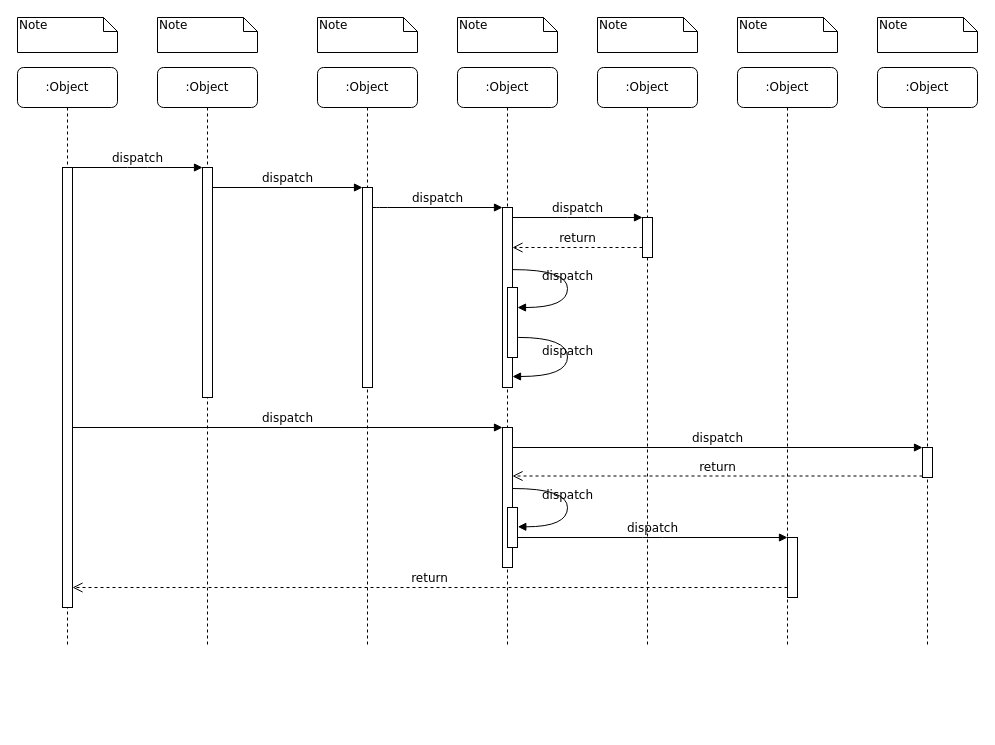
Above: Project_1/SequenceDiagrams/TrackSupplierInventory.drawio in chrismd2/CSci-430-Group-11 (draw.io), before the change. Source tidied: cells renumbered, new cells numbered last; positions are measured from the earlier drawing's top-left corner, leaving out a move shared by most shapes. Both pictures are drawn from the tidied source at 100%, with x=0, y=0 at pixel (17, 17).
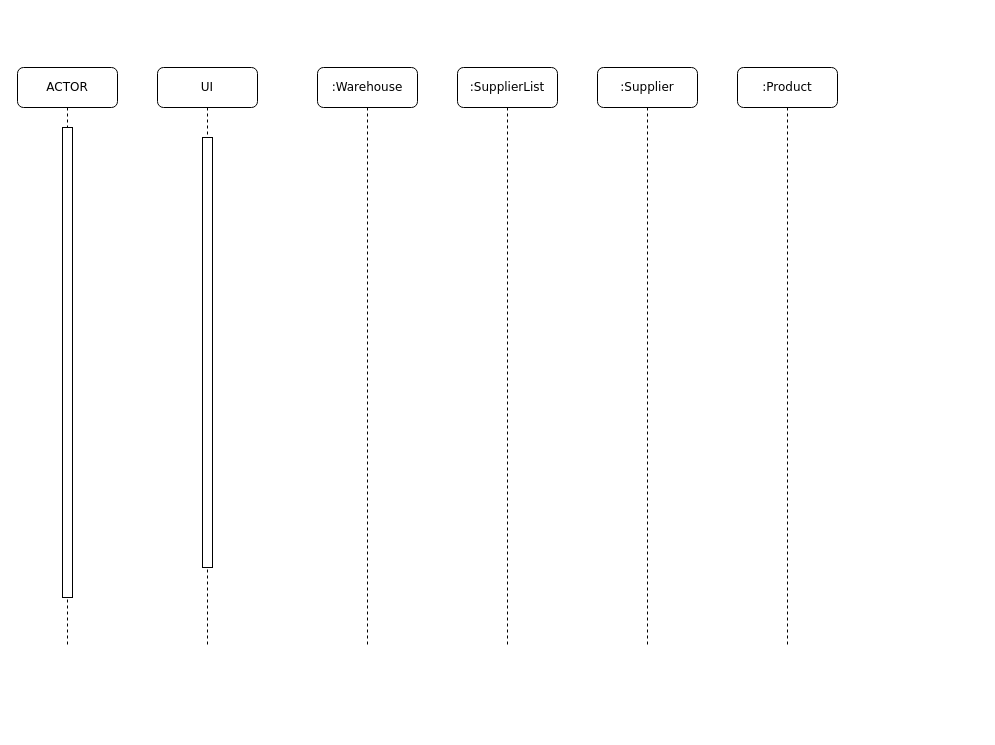
After the change.

The edit, as a diff of the source:
```diff
@@
-    <mxCell id="2" value=":Object" style="shape=umlLifeline;perimeter=lifelinePerimeter;whiteSpace=wrap;html=1;rounded=1;shadow=0;comic=0;labelBackgroundColor=none;strokeWidth=1;fontFamily=Verdana;fontSize=12;align=center;" parent="1" vertex="1">
+    <mxCell id="2" value="UI" style="shape=umlLifeline;perimeter=lifelinePerimeter;whiteSpace=wrap;html=1;rounded=1;shadow=0;comic=0;labelBackgroundColor=none;strokeWidth=1;fontFamily=Verdana;fontSize=12;align=center;" parent="1" vertex="1">
       <mxGeometry x="140" y="50" width="100" height="580" as="geometry" />
     </mxCell>
-    <mxCell id="3" style="html=1;points=[];perimeter=orthogonalPerimeter;rounded=0;shadow=0;comic=0;labelBackgroundColor=none;strokeWidth=1;fontFamily=Verdana;fontSize=12;align=center;" parent="2" vertex="1">
-      <mxGeometry x="45" y="100" width="10" height="230" as="geometry" />
-    </mxCell>
+    <mxCell id="39" style="rounded=0;whiteSpace=wrap;html=1;" parent="2" vertex="1">
+      <mxGeometry x="45" y="70" width="10" height="430" as="geometry" />
+    </mxCell>
-    <mxCell id="4" value=":Object" style="shape=umlLifeline;perimeter=lifelinePerimeter;whiteSpace=wrap;html=1;rounded=1;shadow=0;comic=0;labelBackgroundColor=none;strokeWidth=1;fontFamily=Verdana;fontSize=12;align=center;" parent="1" vertex="1">
+    <mxCell id="4" value=":Warehouse" style="shape=umlLifeline;perimeter=lifelinePerimeter;whiteSpace=wrap;html=1;rounded=1;shadow=0;comic=0;labelBackgroundColor=none;strokeWidth=1;fontFamily=Verdana;fontSize=12;align=center;" parent="1" vertex="1">
       <mxGeometry x="300" y="50" width="100" height="580" as="geometry" />
     </mxCell>
-    <mxCell id="5" style="html=1;points=[];perimeter=orthogonalPerimeter;rounded=0;shadow=0;comic=0;labelBackgroundColor=none;strokeWidth=1;fontFamily=Verdana;fontSize=12;align=center;" parent="4" vertex="1">
-      <mxGeometry x="45" y="120" width="10" height="200" as="geometry" />
-    </mxCell>
-    <mxCell id="6" value=":Object" style="shape=umlLifeline;perimeter=lifelinePerimeter;whiteSpace=wrap;html=1;rounded=1;shadow=0;comic=0;labelBackgroundColor=none;strokeWidth=1;fontFamily=Verdana;fontSize=12;align=center;" parent="1" vertex="1">
+    <mxCell id="6" value=":SupplierList" style="shape=umlLifeline;perimeter=lifelinePerimeter;whiteSpace=wrap;html=1;rounded=1;shadow=0;comic=0;labelBackgroundColor=none;strokeWidth=1;fontFamily=Verdana;fontSize=12;align=center;" parent="1" vertex="1">
       <mxGeometry x="440" y="50" width="100" height="580" as="geometry" />
     </mxCell>
-    <mxCell id="7" value=":Object" style="shape=umlLifeline;perimeter=lifelinePerimeter;whiteSpace=wrap;html=1;rounded=1;shadow=0;comic=0;labelBackgroundColor=none;strokeWidth=1;fontFamily=Verdana;fontSize=12;align=center;" parent="1" vertex="1">
+    <mxCell id="7" value=":Supplier" style="shape=umlLifeline;perimeter=lifelinePerimeter;whiteSpace=wrap;html=1;rounded=1;shadow=0;comic=0;labelBackgroundColor=none;strokeWidth=1;fontFamily=Verdana;fontSize=12;align=center;" parent="1" vertex="1">
       <mxGeometry x="580" y="50" width="100" height="580" as="geometry" />
     </mxCell>
-    <mxCell id="8" value=":Object" style="shape=umlLifeline;perimeter=lifelinePerimeter;whiteSpace=wrap;html=1;rounded=1;shadow=0;comic=0;labelBackgroundColor=none;strokeWidth=1;fontFamily=Verdana;fontSize=12;align=center;" parent="1" vertex="1">
+    <mxCell id="8" value=":Product" style="shape=umlLifeline;perimeter=lifelinePerimeter;whiteSpace=wrap;html=1;rounded=1;shadow=0;comic=0;labelBackgroundColor=none;strokeWidth=1;fontFamily=Verdana;fontSize=12;align=center;" parent="1" vertex="1">
       <mxGeometry x="720" y="50" width="100" height="580" as="geometry" />
     </mxCell>
-    <mxCell id="9" value=":Object" style="shape=umlLifeline;perimeter=lifelinePerimeter;whiteSpace=wrap;html=1;rounded=1;shadow=0;comic=0;labelBackgroundColor=none;strokeWidth=1;fontFamily=Verdana;fontSize=12;align=center;" parent="1" vertex="1">
-      <mxGeometry x="860" y="50" width="100" height="580" as="geometry" />
-    </mxCell>
-    <mxCell id="10" value=":Object" style="shape=umlLifeline;perimeter=lifelinePerimeter;whiteSpace=wrap;html=1;rounded=1;shadow=0;comic=0;labelBackgroundColor=none;strokeWidth=1;fontFamily=Verdana;fontSize=12;align=center;" parent="1" vertex="1">
+    <mxCell id="10" value="ACTOR" style="shape=umlLifeline;perimeter=lifelinePerimeter;whiteSpace=wrap;html=1;rounded=1;shadow=0;comic=0;labelBackgroundColor=none;strokeWidth=1;fontFamily=Verdana;fontSize=12;align=center;" parent="1" vertex="1">
       <mxGeometry y="50" width="100" height="580" as="geometry" />
     </mxCell>
-    <mxCell id="11" style="html=1;points=[];perimeter=orthogonalPerimeter;rounded=0;shadow=0;comic=0;labelBackgroundColor=none;strokeWidth=1;fontFamily=Verdana;fontSize=12;align=center;" parent="10" vertex="1">
-      <mxGeometry x="45" y="100" width="10" height="440" as="geometry" />
-    </mxCell>
-    <mxCell id="12" style="html=1;points=[];perimeter=orthogonalPerimeter;rounded=0;shadow=0;comic=0;labelBackgroundColor=none;strokeWidth=1;fontFamily=Verdana;fontSize=12;align=center;" parent="1" vertex="1">
-      <mxGeometry x="485" y="190" width="10" height="180" as="geometry" />
-    </mxCell>
-    <mxCell id="13" value="dispatch" style="html=1;verticalAlign=bottom;endArrow=block;labelBackgroundColor=none;fontFamily=Verdana;fontSize=12;edgeStyle=elbowEdgeStyle;elbow=vertical;" parent="1" edge="1" source="5" target="12">
-      <mxGeometry relative="1" as="geometry">
-        <Array as="points">
-          <mxPoint x="360" y="190" />
-        </Array>
-      </mxGeometry>
-    </mxCell>
-    <mxCell id="14" style="html=1;points=[];perimeter=orthogonalPerimeter;rounded=0;shadow=0;comic=0;labelBackgroundColor=none;strokeWidth=1;fontFamily=Verdana;fontSize=12;align=center;" parent="1" vertex="1">
-      <mxGeometry x="625" y="200" width="10" height="40" as="geometry" />
-    </mxCell>
-    <mxCell id="15" value="dispatch" style="html=1;verticalAlign=bottom;endArrow=block;entryX=0;entryY=0;labelBackgroundColor=none;fontFamily=Verdana;fontSize=12;edgeStyle=elbowEdgeStyle;elbow=vertical;" parent="1" edge="1" source="12" target="14">
-      <mxGeometry relative="1" as="geometry" />
-    </mxCell>
-    <mxCell id="16" value="return" style="html=1;verticalAlign=bottom;endArrow=open;dashed=1;endSize=8;labelBackgroundColor=none;fontFamily=Verdana;fontSize=12;edgeStyle=elbowEdgeStyle;elbow=vertical;" parent="1" edge="1" source="14" target="12">
-      <mxGeometry relative="1" as="geometry">
-        <Array as="points">
-          <mxPoint x="570" y="230" />
-          <mxPoint x="600" y="230" />
-        </Array>
-      </mxGeometry>
-    </mxCell>
-    <mxCell id="17" style="html=1;points=[];perimeter=orthogonalPerimeter;rounded=0;shadow=0;comic=0;labelBackgroundColor=none;strokeWidth=1;fontFamily=Verdana;fontSize=12;align=center;" parent="1" vertex="1">
-      <mxGeometry x="485" y="410" width="10" height="140" as="geometry" />
-    </mxCell>
-    <mxCell id="18" value="dispatch" style="html=1;verticalAlign=bottom;endArrow=block;entryX=0;entryY=0;labelBackgroundColor=none;fontFamily=Verdana;fontSize=12;" parent="1" edge="1" source="11" target="17">
-      <mxGeometry relative="1" as="geometry" />
-    </mxCell>
-    <mxCell id="19" style="html=1;points=[];perimeter=orthogonalPerimeter;rounded=0;shadow=0;comic=0;labelBackgroundColor=none;strokeColor=#000000;strokeWidth=1;fillColor=#FFFFFF;fontFamily=Verdana;fontSize=12;fontColor=#000000;align=center;" parent="1" vertex="1">
-      <mxGeometry x="905" y="430" width="10" height="30" as="geometry" />
-    </mxCell>
-    <mxCell id="20" value="dispatch" style="html=1;verticalAlign=bottom;endArrow=block;entryX=0;entryY=0;labelBackgroundColor=none;fontFamily=Verdana;fontSize=12;" parent="1" edge="1" source="17" target="19">
-      <mxGeometry relative="1" as="geometry" />
-    </mxCell>
-    <mxCell id="21" value="return" style="html=1;verticalAlign=bottom;endArrow=open;dashed=1;endSize=8;exitX=0;exitY=0.95;labelBackgroundColor=none;fontFamily=Verdana;fontSize=12;" parent="1" edge="1" source="19" target="17">
-      <mxGeometry relative="1" as="geometry" />
-    </mxCell>
-    <mxCell id="22" style="html=1;points=[];perimeter=orthogonalPerimeter;rounded=0;shadow=0;comic=0;labelBackgroundColor=none;strokeWidth=1;fontFamily=Verdana;fontSize=12;align=center;" parent="1" vertex="1">
-      <mxGeometry x="770" y="520" width="10" height="60" as="geometry" />
-    </mxCell>
-    <mxCell id="23" value="dispatch" style="html=1;verticalAlign=bottom;endArrow=block;entryX=0;entryY=0;labelBackgroundColor=none;fontFamily=Verdana;fontSize=12;edgeStyle=elbowEdgeStyle;elbow=vertical;" parent="1" edge="1" source="30" target="22">
-      <mxGeometry relative="1" as="geometry" />
-    </mxCell>
-    <mxCell id="24" value="return" style="html=1;verticalAlign=bottom;endArrow=open;dashed=1;endSize=8;labelBackgroundColor=none;fontFamily=Verdana;fontSize=12;edgeStyle=elbowEdgeStyle;elbow=vertical;" parent="1" edge="1" source="22" target="11">
-      <mxGeometry relative="1" as="geometry">
-        <Array as="points">
-          <mxPoint x="470" y="570" />
-        </Array>
-      </mxGeometry>
-    </mxCell>
-    <mxCell id="25" value="dispatch" style="html=1;verticalAlign=bottom;endArrow=block;entryX=0;entryY=0;labelBackgroundColor=none;fontFamily=Verdana;fontSize=12;edgeStyle=elbowEdgeStyle;elbow=vertical;" parent="1" edge="1" source="11" target="3">
-      <mxGeometry relative="1" as="geometry" />
-    </mxCell>
-    <mxCell id="26" value="dispatch" style="html=1;verticalAlign=bottom;endArrow=block;entryX=0;entryY=0;labelBackgroundColor=none;fontFamily=Verdana;fontSize=12;edgeStyle=elbowEdgeStyle;elbow=vertical;" parent="1" edge="1" source="3" target="5">
-      <mxGeometry relative="1" as="geometry" />
-    </mxCell>
-    <mxCell id="27" style="html=1;points=[];perimeter=orthogonalPerimeter;rounded=0;shadow=0;comic=0;labelBackgroundColor=none;strokeWidth=1;fontFamily=Verdana;fontSize=12;align=center;" parent="1" vertex="1">
-      <mxGeometry x="490" y="270" width="10" height="70" as="geometry" />
-    </mxCell>
-    <mxCell id="28" value="dispatch" style="html=1;verticalAlign=bottom;endArrow=block;labelBackgroundColor=none;fontFamily=Verdana;fontSize=12;elbow=vertical;edgeStyle=orthogonalEdgeStyle;curved=1;entryX=1;entryY=0.286;entryPerimeter=0;exitX=1.038;exitY=0.345;exitPerimeter=0;" parent="1" edge="1" source="12" target="27">
-      <mxGeometry relative="1" as="geometry">
-        <Array as="points">
-          <mxPoint x="550" y="252" />
-          <mxPoint x="550" y="290" />
-        </Array>
-      </mxGeometry>
-    </mxCell>
-    <mxCell id="29" value="dispatch" style="html=1;verticalAlign=bottom;endArrow=block;labelBackgroundColor=none;fontFamily=Verdana;fontSize=12;elbow=vertical;edgeStyle=orthogonalEdgeStyle;curved=1;exitX=1.066;exitY=0.713;exitPerimeter=0;" parent="1" edge="1" source="27">
-      <mxGeometry relative="1" as="geometry">
-        <mxPoint x="495" y="359" as="targetPoint" />
-        <Array as="points">
-          <mxPoint x="550" y="320" />
-          <mxPoint x="550" y="359" />
-        </Array>
-      </mxGeometry>
-    </mxCell>
-    <mxCell id="30" style="html=1;points=[];perimeter=orthogonalPerimeter;rounded=0;shadow=0;comic=0;labelBackgroundColor=none;strokeWidth=1;fontFamily=Verdana;fontSize=12;align=center;" parent="1" vertex="1">
-      <mxGeometry x="490" y="490" width="10" height="40" as="geometry" />
-    </mxCell>
-    <mxCell id="31" value="dispatch" style="html=1;verticalAlign=bottom;endArrow=block;labelBackgroundColor=none;fontFamily=Verdana;fontSize=12;elbow=vertical;edgeStyle=orthogonalEdgeStyle;curved=1;entryX=1;entryY=0.286;entryPerimeter=0;exitX=1.038;exitY=0.345;exitPerimeter=0;" parent="1" edge="1">
-      <mxGeometry relative="1" as="geometry">
-        <mxPoint x="495.3" y="471" as="sourcePoint" />
-        <mxPoint x="500.3" y="509.3" as="targetPoint" />
-        <Array as="points">
-          <mxPoint x="550" y="471" />
-          <mxPoint x="550" y="509" />
-        </Array>
-      </mxGeometry>
-    </mxCell>
-    <mxCell id="32" value="Note" style="shape=note;whiteSpace=wrap;html=1;size=14;verticalAlign=top;align=left;spacingTop=-6;rounded=0;shadow=0;comic=0;labelBackgroundColor=none;strokeWidth=1;fontFamily=Verdana;fontSize=12;" parent="1" vertex="1">
-      <mxGeometry width="100" height="35" as="geometry" />
-    </mxCell>
-    <mxCell id="33" value="Note" style="shape=note;whiteSpace=wrap;html=1;size=14;verticalAlign=top;align=left;spacingTop=-6;rounded=0;shadow=0;comic=0;labelBackgroundColor=none;strokeWidth=1;fontFamily=Verdana;fontSize=12;" parent="1" vertex="1">
-      <mxGeometry x="140" width="100" height="35" as="geometry" />
-    </mxCell>
-    <mxCell id="34" value="Note" style="shape=note;whiteSpace=wrap;html=1;size=14;verticalAlign=top;align=left;spacingTop=-6;rounded=0;shadow=0;comic=0;labelBackgroundColor=none;strokeWidth=1;fontFamily=Verdana;fontSize=12;" parent="1" vertex="1">
-      <mxGeometry x="300" width="100" height="35" as="geometry" />
-    </mxCell>
-    <mxCell id="35" value="Note" style="shape=note;whiteSpace=wrap;html=1;size=14;verticalAlign=top;align=left;spacingTop=-6;rounded=0;shadow=0;comic=0;labelBackgroundColor=none;strokeWidth=1;fontFamily=Verdana;fontSize=12;" parent="1" vertex="1">
-      <mxGeometry x="440" width="100" height="35" as="geometry" />
-    </mxCell>
-    <mxCell id="36" value="Note" style="shape=note;whiteSpace=wrap;html=1;size=14;verticalAlign=top;align=left;spacingTop=-6;rounded=0;shadow=0;comic=0;labelBackgroundColor=none;strokeWidth=1;fontFamily=Verdana;fontSize=12;" parent="1" vertex="1">
-      <mxGeometry x="580" width="100" height="35" as="geometry" />
-    </mxCell>
-    <mxCell id="37" value="Note" style="shape=note;whiteSpace=wrap;html=1;size=14;verticalAlign=top;align=left;spacingTop=-6;rounded=0;shadow=0;comic=0;labelBackgroundColor=none;strokeWidth=1;fontFamily=Verdana;fontSize=12;" parent="1" vertex="1">
-      <mxGeometry x="720" width="100" height="35" as="geometry" />
-    </mxCell>
-    <mxCell id="38" value="Note" style="shape=note;whiteSpace=wrap;html=1;size=14;verticalAlign=top;align=left;spacingTop=-6;rounded=0;shadow=0;comic=0;labelBackgroundColor=none;strokeWidth=1;fontFamily=Verdana;fontSize=12;" parent="1" vertex="1">
-      <mxGeometry x="860" width="100" height="35" as="geometry" />
-    </mxCell>
+    <mxCell id="40" style="rounded=0;whiteSpace=wrap;html=1;" parent="10" vertex="1">
+      <mxGeometry x="45" y="60" width="10" height="470" as="geometry" />
+    </mxCell>
+    <mxCell id="41" style="rounded=0;whiteSpace=wrap;html=1;" parent="1" vertex="1">
+      <mxGeometry x="120" y="450" height="260" as="geometry" />
+    </mxCell>
```
